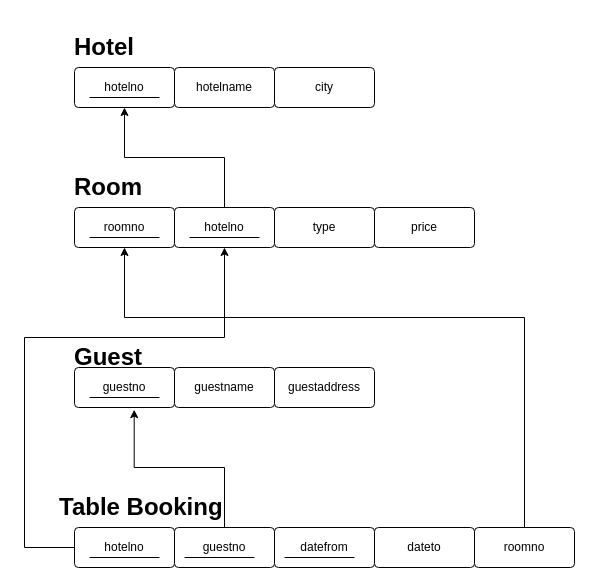
The draw.io diagram Lab_7_Relational_Schema.drawio in MuhammadIrfan92/Database-Engineering-Semester-7, before the edit. Source tidied: cells renumbered, new cells numbered last; positions are measured from the earlier drawing's top-left corner, leaving out a move shared by most shapes. Both pictures are drawn from the tidied source at 100%, with x=0, y=0 at pixel (24, 27).
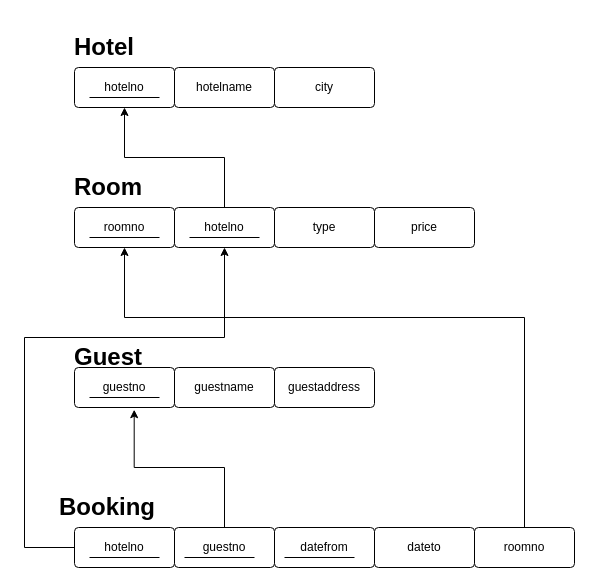
The same diagram, later.

Diff of the diagram source:
```diff
@@
-    <mxCell id="31" value="&lt;h1&gt;Table Booking&lt;/h1&gt;" style="text;html=1;strokeColor=none;fillColor=none;spacing=5;spacingTop=-20;whiteSpace=wrap;overflow=hidden;rounded=0;" parent="1" vertex="1">
+    <mxCell id="31" value="&lt;h1&gt;Booking&lt;/h1&gt;" style="text;html=1;strokeColor=none;fillColor=none;spacing=5;spacingTop=-20;whiteSpace=wrap;overflow=hidden;rounded=0;" parent="1" vertex="1">
       <mxGeometry x="30" y="460" width="195" height="40" as="geometry" />
     </mxCell>
```
